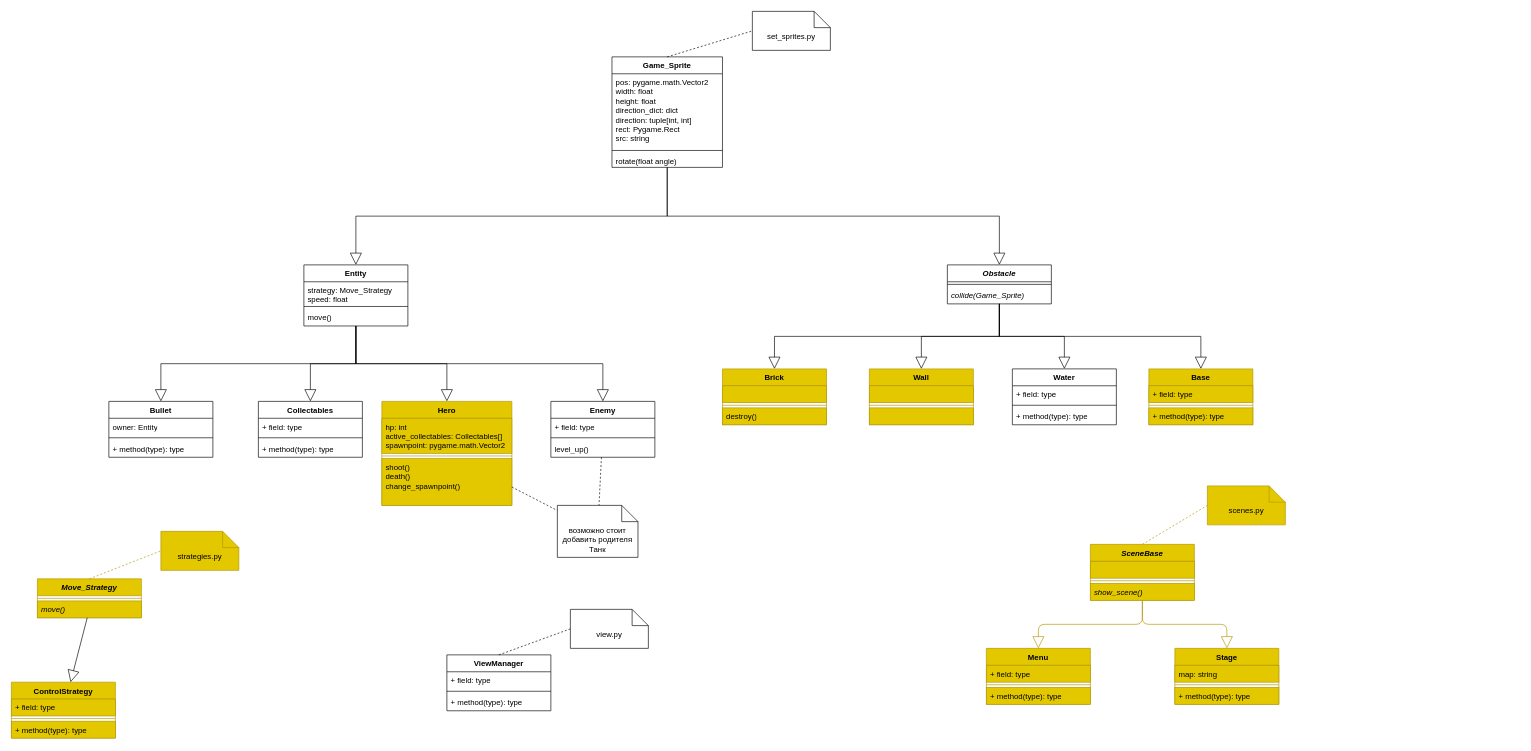
Above: UML.drawio in MoNaK-Wales/battle_city (draw.io), before the change. Source tidied: cells renumbered, new cells numbered last; positions are measured from the earlier drawing's top-left corner, leaving out a move shared by most shapes. Both pictures are drawn from the tidied source at 65%, with x=0, y=0 at pixel (11, 11).
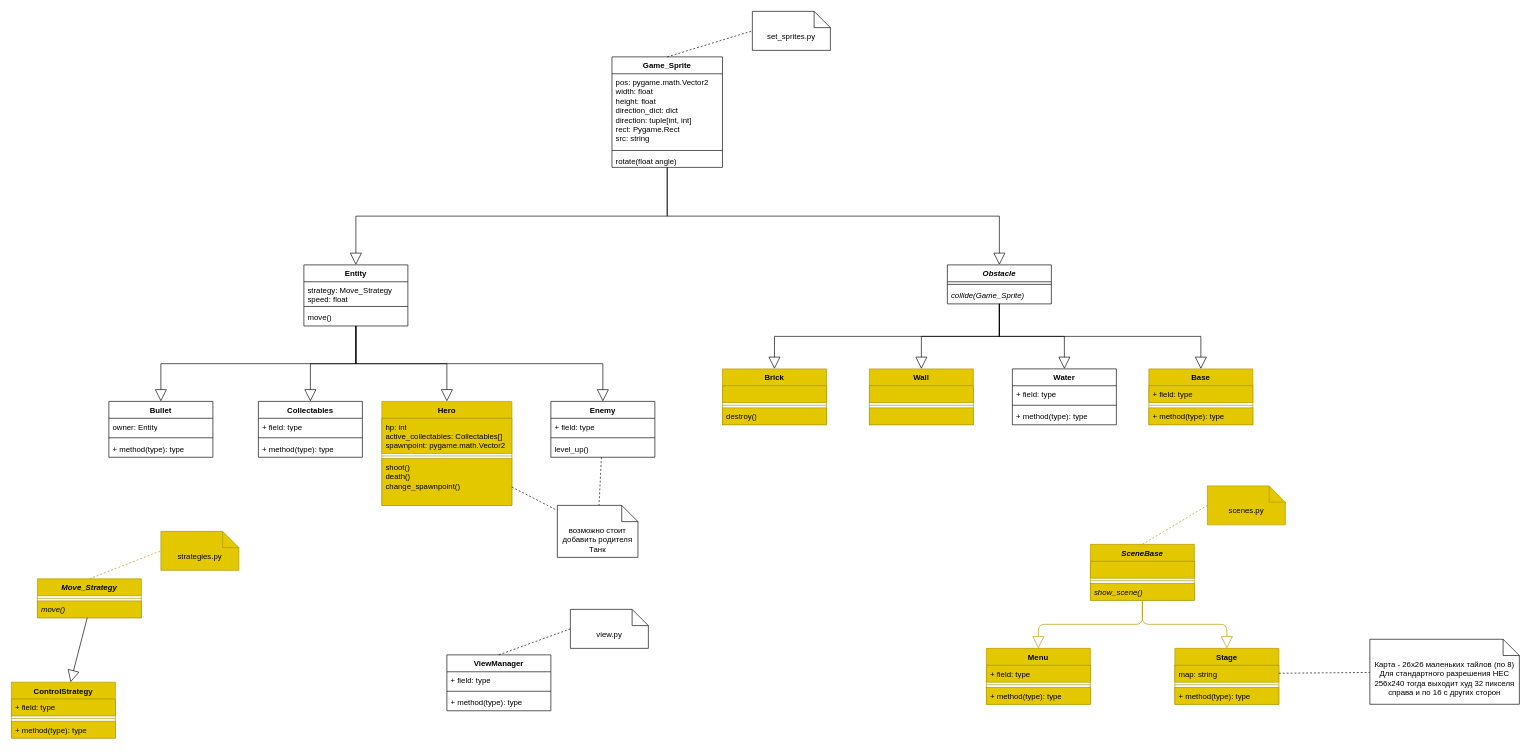
The same page after the edit.

Unchanged cells that the change refers to:
```xml
<mxCell id="79" value="map: string" style="text;strokeColor=#B09500;fillColor=#e3c800;align=left;verticalAlign=top;spacingLeft=4;spacingRight=4;overflow=hidden;points=[[0,0.5],[1,0.5]];portConstraint=eastwest;fontColor=#000000;" parent="78" vertex="1">
  <mxGeometry y="26" width="160" height="26" as="geometry" />
</mxCell>
```

Diff of the diagram source:
```diff
@@
+    <mxCell id="92" value="Карта - 26х26 маленьких тайлов (по 8)&lt;br&gt;Для стандартного разрешения НЕС 256х240 тогда выходит худ 32 пикселя справа и по 16 с других сторон&lt;br&gt;" style="shape=note2;boundedLbl=1;whiteSpace=wrap;html=1;size=25;verticalAlign=top;align=center;" parent="1" vertex="1">
+      <mxGeometry x="2090" y="966" width="230" height="100" as="geometry" />
+    </mxCell>
+    <mxCell id="93" style="endArrow=none;dashed=1;html=1;elbow=vertical;" parent="1" edge="1" source="79" target="92">
+      <mxGeometry relative="1" as="geometry" />
+    </mxCell>
```
